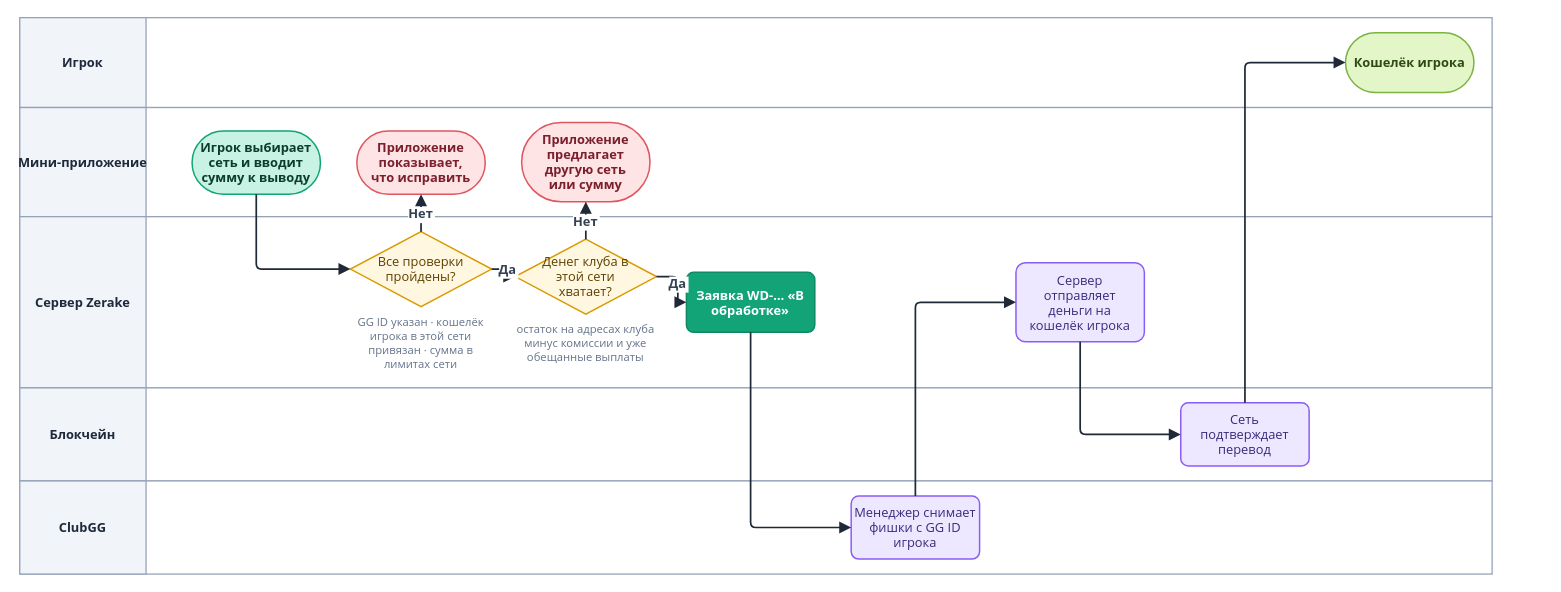
LILSUFFER/zerake-docs keeps this draw.io diagram as diagrams/drawio/money-out.drawio. Above is the earlier version. Source tidied: cells renumbered, new cells numbered last; positions are measured from the earlier drawing's top-left corner, leaving out a move shared by most shapes. Both pictures are drawn from the tidied source at 107%, with x=0, y=0 at pixel (19, 17).
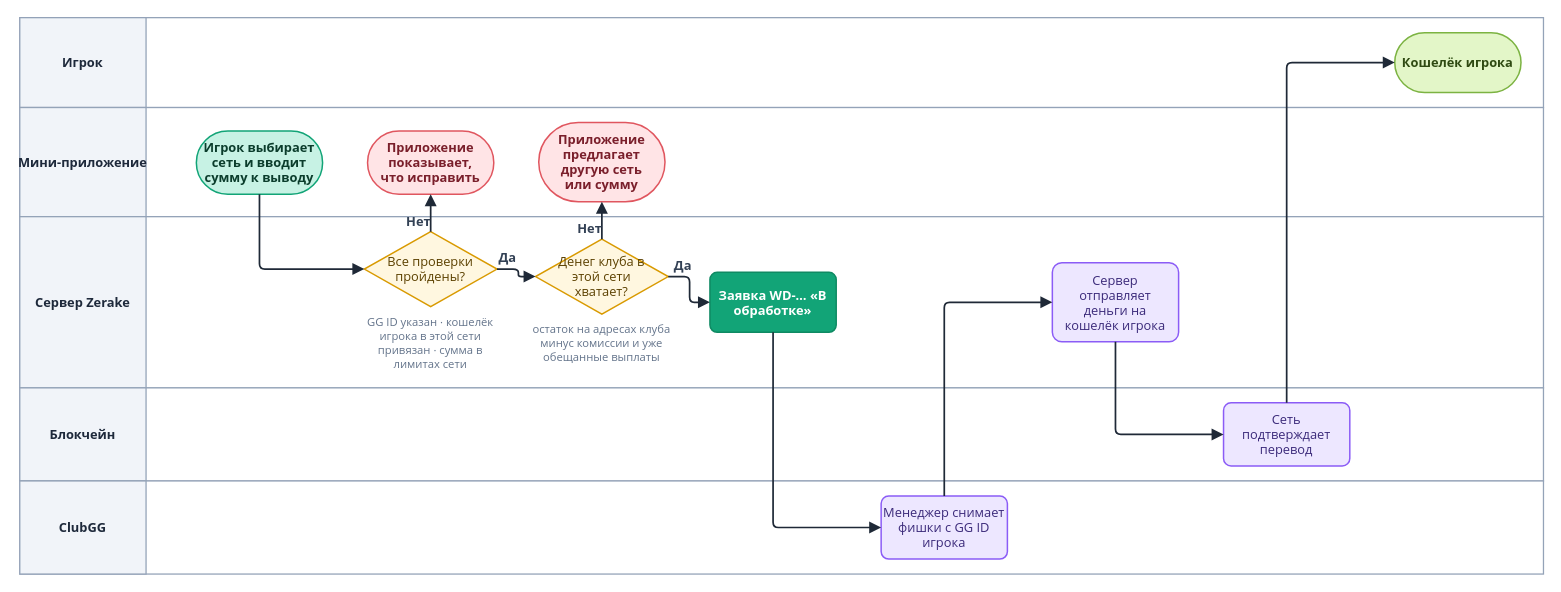
The same page after the edit.

The edit, as a diff of the source:
```diff
@@
     <mxCell id="2" style="rounded=0;html=0;fillColor=#FFFFFF;strokeColor=#94A3B8;strokeWidth=1.2;" parent="1" vertex="1">
-      <mxGeometry width="1376" height="84" as="geometry" />
+      <mxGeometry width="1424" height="84" as="geometry" />
     </mxCell>
@@
     <mxCell id="4" style="rounded=0;html=0;fillColor=#FFFFFF;strokeColor=#94A3B8;strokeWidth=1.2;" parent="1" vertex="1">
-      <mxGeometry y="84" width="1376" height="102" as="geometry" />
+      <mxGeometry y="84" width="1424" height="102" as="geometry" />
     </mxCell>
@@
     <mxCell id="6" style="rounded=0;html=0;fillColor=#FFFFFF;strokeColor=#94A3B8;strokeWidth=1.2;" parent="1" vertex="1">
-      <mxGeometry y="186" width="1376" height="160" as="geometry" />
+      <mxGeometry y="186" width="1424" height="160" as="geometry" />
     </mxCell>
@@
     <mxCell id="8" style="rounded=0;html=0;fillColor=#FFFFFF;strokeColor=#94A3B8;strokeWidth=1.2;" parent="1" vertex="1">
-      <mxGeometry y="346" width="1376" height="87" as="geometry" />
+      <mxGeometry y="346" width="1424" height="87" as="geometry" />
     </mxCell>
@@
     <mxCell id="10" style="rounded=0;html=0;fillColor=#FFFFFF;strokeColor=#94A3B8;strokeWidth=1.2;" parent="1" vertex="1">
-      <mxGeometry y="433" width="1376" height="87" as="geometry" />
+      <mxGeometry y="433" width="1424" height="87" as="geometry" />
     </mxCell>
@@
     <mxCell id="12" value="Игрок выбирает&#10;сеть и вводит&#10;сумму к выводу" style="rounded=1;arcSize=50;html=0;fontStyle=1;fillColor=#C7F2E4;strokeColor=#12A477;fontColor=#0B3D2C;fontFamily=Segoe UI;fontSize=12;strokeWidth=1.4;" parent="1" vertex="1">
-      <mxGeometry x="161" y="106" width="120" height="59" as="geometry" />
+      <mxGeometry x="165" y="106" width="118" height="59" as="geometry" />
     </mxCell>
     <mxCell id="13" value="GG ID указан · кошелёк&#10;игрока в этой сети&#10;привязан · сумма в&#10;лимитах сети" style="text;html=0;align=center;verticalAlign=top;fontFamily=Segoe UI;fontSize=10.5;fontColor=#64748B;" parent="1" vertex="1">
-      <mxGeometry x="289" y="272" width="172" height="62" as="geometry" />
+      <mxGeometry x="302" y="272" width="164" height="62" as="geometry" />
     </mxCell>
     <mxCell id="14" value="Все проверки&#10;пройдены?" style="rhombus;html=0;fillColor=#FFF7E0;strokeColor=#D99A00;fontColor=#5C4100;fontFamily=Segoe UI;fontSize=12;strokeWidth=1.4;" parent="1" vertex="1">
-      <mxGeometry x="309" y="200" width="132" height="70" as="geometry" />
+      <mxGeometry x="322" y="200" width="124" height="70" as="geometry" />
     </mxCell>
     <mxCell id="15" value="Приложение&#10;показывает,&#10;что исправить" style="rounded=1;arcSize=50;html=0;fontStyle=1;fillColor=#FFE4E6;strokeColor=#E0565F;fontColor=#7A1F2B;fontFamily=Segoe UI;fontSize=12;strokeWidth=1.4;" parent="1" vertex="1">
-      <mxGeometry x="315" y="106" width="120" height="59" as="geometry" />
+      <mxGeometry x="325" y="106" width="118" height="59" as="geometry" />
     </mxCell>
     <mxCell id="16" value="остаток на адресах клуба&#10;минус комиссии и уже&#10;обещанные выплаты" style="text;html=0;align=center;verticalAlign=top;fontFamily=Segoe UI;fontSize=10.5;fontColor=#64748B;" parent="1" vertex="1">
-      <mxGeometry x="443" y="279" width="172" height="48" as="geometry" />
+      <mxGeometry x="462" y="279" width="164" height="48" as="geometry" />
     </mxCell>
     <mxCell id="17" value="Денег клуба в&#10;этой сети&#10;хватает?" style="rhombus;html=0;fillColor=#FFF7E0;strokeColor=#D99A00;fontColor=#5C4100;fontFamily=Segoe UI;fontSize=12;strokeWidth=1.4;" parent="1" vertex="1">
-      <mxGeometry x="463" y="207" width="132" height="70" as="geometry" />
+      <mxGeometry x="482" y="207" width="124" height="70" as="geometry" />
     </mxCell>
     <mxCell id="18" value="Приложение&#10;предлагает&#10;другую сеть&#10;или сумму" style="rounded=1;arcSize=50;html=0;fontStyle=1;fillColor=#FFE4E6;strokeColor=#E0565F;fontColor=#7A1F2B;fontFamily=Segoe UI;fontSize=12;strokeWidth=1.4;" parent="1" vertex="1">
-      <mxGeometry x="469" y="98" width="120" height="74" as="geometry" />
+      <mxGeometry x="485" y="98" width="118" height="74" as="geometry" />
     </mxCell>
     <mxCell id="19" value="Заявка WD-… «В&#10;обработке»" style="rounded=1;arcSize=12;html=0;fillColor=#12A477;strokeColor=#0F8A63;fontColor=#FFFFFF;fontStyle=1;fontFamily=Segoe UI;fontSize=12;strokeWidth=1.4;" parent="1" vertex="1">
-      <mxGeometry x="623" y="238" width="120" height="56" as="geometry" />
+      <mxGeometry x="645" y="238" width="118" height="56" as="geometry" />
     </mxCell>
     <mxCell id="20" value="Менеджер снимает&#10;фишки с GG ID&#10;игрока" style="rounded=1;arcSize=12;html=0;fillColor=#EDE7FF;strokeColor=#8B5CF6;fontColor=#3B2A7A;fontFamily=Segoe UI;fontSize=12;strokeWidth=1.4;" parent="1" vertex="1">
-      <mxGeometry x="777" y="447" width="120" height="59" as="geometry" />
+      <mxGeometry x="805" y="447" width="118" height="59" as="geometry" />
     </mxCell>
     <mxCell id="21" value="Сервер&#10;отправляет&#10;деньги на&#10;кошелёк игрока" style="rounded=1;arcSize=12;html=0;fillColor=#EDE7FF;strokeColor=#8B5CF6;fontColor=#3B2A7A;fontFamily=Segoe UI;fontSize=12;strokeWidth=1.4;" parent="1" vertex="1">
-      <mxGeometry x="931" y="229" width="120" height="74" as="geometry" />
+      <mxGeometry x="965" y="229" width="118" height="74" as="geometry" />
     </mxCell>
     <mxCell id="22" value="Сеть&#10;подтверждает&#10;перевод" style="rounded=1;arcSize=12;html=0;fillColor=#EDE7FF;strokeColor=#8B5CF6;fontColor=#3B2A7A;fontFamily=Segoe UI;fontSize=12;strokeWidth=1.4;" parent="1" vertex="1">
-      <mxGeometry x="1085" y="360" width="120" height="59" as="geometry" />
+      <mxGeometry x="1125" y="360" width="118" height="59" as="geometry" />
     </mxCell>
     <mxCell id="23" value="Кошелёк игрока" style="rounded=1;arcSize=50;html=0;fontStyle=1;fillColor=#E3F6C8;strokeColor=#7CB342;fontColor=#2F4A12;fontFamily=Segoe UI;fontSize=12;strokeWidth=1.4;" parent="1" vertex="1">
-      <mxGeometry x="1239" y="14" width="120" height="56" as="geometry" />
+      <mxGeometry x="1285" y="14" width="118" height="56" as="geometry" />
     </mxCell>
-    <mxCell id="24" style="edgeStyle=orthogonalEdgeStyle;rounded=1;arcSize=10;jettySize=auto;html=0;strokeColor=#1F2937;strokeWidth=1.6;endArrow=block;endFill=1;endSize=7;fontFamily=Segoe UI;fontSize=12;fontStyle=1;fontColor=#334155;labelBackgroundColor=#FFFFFF;exitX=0.5;exitY=1;entryX=0;entryY=0.5;" parent="1" edge="1" source="12" target="14">
+    <mxCell id="24" style="edgeStyle=orthogonalEdgeStyle;rounded=1;arcSize=10;jettySize=auto;html=0;strokeColor=#1F2937;strokeWidth=1.6;endArrow=block;endFill=1;endSize=7;fontFamily=Segoe UI;fontSize=12;fontStyle=1;fontColor=#334155;labelBackgroundColor=none;exitX=0.5;exitY=1;entryX=0;entryY=0.5;" parent="1" edge="1" source="12" target="14">
       <mxGeometry relative="1" as="geometry" />
     </mxCell>
-    <mxCell id="25" value="Нет" style="edgeStyle=orthogonalEdgeStyle;rounded=1;arcSize=10;jettySize=auto;html=0;strokeColor=#1F2937;strokeWidth=1.6;endArrow=block;endFill=1;endSize=7;fontFamily=Segoe UI;fontSize=12;fontStyle=1;fontColor=#334155;labelBackgroundColor=#FFFFFF;" parent="1" edge="1" source="14" target="15">
-      <mxGeometry relative="1" as="geometry" />
+    <mxCell id="25" value="Нет" style="edgeStyle=orthogonalEdgeStyle;rounded=1;arcSize=10;jettySize=auto;html=0;strokeColor=#1F2937;strokeWidth=1.6;endArrow=block;endFill=1;endSize=7;fontFamily=Segoe UI;fontSize=12;fontStyle=1;fontColor=#334155;labelBackgroundColor=none;" parent="1" edge="1" source="14" target="15">
+      <mxGeometry x="-0.55" y="11" relative="1" as="geometry" />
     </mxCell>
-    <mxCell id="26" value="Да" style="edgeStyle=orthogonalEdgeStyle;rounded=1;arcSize=10;jettySize=auto;html=0;strokeColor=#1F2937;strokeWidth=1.6;endArrow=block;endFill=1;endSize=7;fontFamily=Segoe UI;fontSize=12;fontStyle=1;fontColor=#334155;labelBackgroundColor=#FFFFFF;" parent="1" edge="1" source="14" target="17">
-      <mxGeometry relative="1" as="geometry" />
+    <mxCell id="26" value="Да" style="edgeStyle=orthogonalEdgeStyle;rounded=1;arcSize=10;jettySize=auto;html=0;strokeColor=#1F2937;strokeWidth=1.6;endArrow=block;endFill=1;endSize=7;fontFamily=Segoe UI;fontSize=12;fontStyle=1;fontColor=#334155;labelBackgroundColor=none;" parent="1" edge="1" source="14" target="17">
+      <mxGeometry x="-0.55" y="11" relative="1" as="geometry" />
     </mxCell>
-    <mxCell id="27" value="Нет" style="edgeStyle=orthogonalEdgeStyle;rounded=1;arcSize=10;jettySize=auto;html=0;strokeColor=#1F2937;strokeWidth=1.6;endArrow=block;endFill=1;endSize=7;fontFamily=Segoe UI;fontSize=12;fontStyle=1;fontColor=#334155;labelBackgroundColor=#FFFFFF;" parent="1" edge="1" source="17" target="18">
-      <mxGeometry relative="1" as="geometry" />
+    <mxCell id="27" value="Нет" style="edgeStyle=orthogonalEdgeStyle;rounded=1;arcSize=10;jettySize=auto;html=0;strokeColor=#1F2937;strokeWidth=1.6;endArrow=block;endFill=1;endSize=7;fontFamily=Segoe UI;fontSize=12;fontStyle=1;fontColor=#334155;labelBackgroundColor=none;" parent="1" edge="1" source="17" target="18">
+      <mxGeometry x="-0.55" y="11" relative="1" as="geometry" />
     </mxCell>
-    <mxCell id="28" value="Да" style="edgeStyle=orthogonalEdgeStyle;rounded=1;arcSize=10;jettySize=auto;html=0;strokeColor=#1F2937;strokeWidth=1.6;endArrow=block;endFill=1;endSize=7;fontFamily=Segoe UI;fontSize=12;fontStyle=1;fontColor=#334155;labelBackgroundColor=#FFFFFF;" parent="1" edge="1" source="17" target="19">
-      <mxGeometry relative="1" as="geometry" />
+    <mxCell id="28" value="Да" style="edgeStyle=orthogonalEdgeStyle;rounded=1;arcSize=10;jettySize=auto;html=0;strokeColor=#1F2937;strokeWidth=1.6;endArrow=block;endFill=1;endSize=7;fontFamily=Segoe UI;fontSize=12;fontStyle=1;fontColor=#334155;labelBackgroundColor=none;" parent="1" edge="1" source="17" target="19">
+      <mxGeometry x="-0.55" y="11" relative="1" as="geometry" />
     </mxCell>
-    <mxCell id="29" style="edgeStyle=orthogonalEdgeStyle;rounded=1;arcSize=10;jettySize=auto;html=0;strokeColor=#1F2937;strokeWidth=1.6;endArrow=block;endFill=1;endSize=7;fontFamily=Segoe UI;fontSize=12;fontStyle=1;fontColor=#334155;labelBackgroundColor=#FFFFFF;exitX=0.5;exitY=1;entryX=0;entryY=0.5;" parent="1" edge="1" source="19" target="20">
+    <mxCell id="29" style="edgeStyle=orthogonalEdgeStyle;rounded=1;arcSize=10;jettySize=auto;html=0;strokeColor=#1F2937;strokeWidth=1.6;endArrow=block;endFill=1;endSize=7;fontFamily=Segoe UI;fontSize=12;fontStyle=1;fontColor=#334155;labelBackgroundColor=none;exitX=0.5;exitY=1;entryX=0;entryY=0.5;" parent="1" edge="1" source="19" target="20">
       <mxGeometry relative="1" as="geometry" />
     </mxCell>
-    <mxCell id="30" style="edgeStyle=orthogonalEdgeStyle;rounded=1;arcSize=10;jettySize=auto;html=0;strokeColor=#1F2937;strokeWidth=1.6;endArrow=block;endFill=1;endSize=7;fontFamily=Segoe UI;fontSize=12;fontStyle=1;fontColor=#334155;labelBackgroundColor=#FFFFFF;exitX=0.5;exitY=0;entryX=0;entryY=0.5;" parent="1" edge="1" source="20" target="21">
+    <mxCell id="30" style="edgeStyle=orthogonalEdgeStyle;rounded=1;arcSize=10;jettySize=auto;html=0;strokeColor=#1F2937;strokeWidth=1.6;endArrow=block;endFill=1;endSize=7;fontFamily=Segoe UI;fontSize=12;fontStyle=1;fontColor=#334155;labelBackgroundColor=none;exitX=0.5;exitY=0;entryX=0;entryY=0.5;" parent="1" edge="1" source="20" target="21">
       <mxGeometry relative="1" as="geometry" />
     </mxCell>
-    <mxCell id="31" style="edgeStyle=orthogonalEdgeStyle;rounded=1;arcSize=10;jettySize=auto;html=0;strokeColor=#1F2937;strokeWidth=1.6;endArrow=block;endFill=1;endSize=7;fontFamily=Segoe UI;fontSize=12;fontStyle=1;fontColor=#334155;labelBackgroundColor=#FFFFFF;exitX=0.5;exitY=1;entryX=0;entryY=0.5;" parent="1" edge="1" source="21" target="22">
+    <mxCell id="31" style="edgeStyle=orthogonalEdgeStyle;rounded=1;arcSize=10;jettySize=auto;html=0;strokeColor=#1F2937;strokeWidth=1.6;endArrow=block;endFill=1;endSize=7;fontFamily=Segoe UI;fontSize=12;fontStyle=1;fontColor=#334155;labelBackgroundColor=none;exitX=0.5;exitY=1;entryX=0;entryY=0.5;" parent="1" edge="1" source="21" target="22">
       <mxGeometry relative="1" as="geometry" />
     </mxCell>
-    <mxCell id="32" style="edgeStyle=orthogonalEdgeStyle;rounded=1;arcSize=10;jettySize=auto;html=0;strokeColor=#1F2937;strokeWidth=1.6;endArrow=block;endFill=1;endSize=7;fontFamily=Segoe UI;fontSize=12;fontStyle=1;fontColor=#334155;labelBackgroundColor=#FFFFFF;exitX=0.5;exitY=0;entryX=0;entryY=0.5;" parent="1" edge="1" source="22" target="23">
+    <mxCell id="32" style="edgeStyle=orthogonalEdgeStyle;rounded=1;arcSize=10;jettySize=auto;html=0;strokeColor=#1F2937;strokeWidth=1.6;endArrow=block;endFill=1;endSize=7;fontFamily=Segoe UI;fontSize=12;fontStyle=1;fontColor=#334155;labelBackgroundColor=none;exitX=0.5;exitY=0;entryX=0;entryY=0.5;" parent="1" edge="1" source="22" target="23">
       <mxGeometry relative="1" as="geometry" />
     </mxCell>
```
